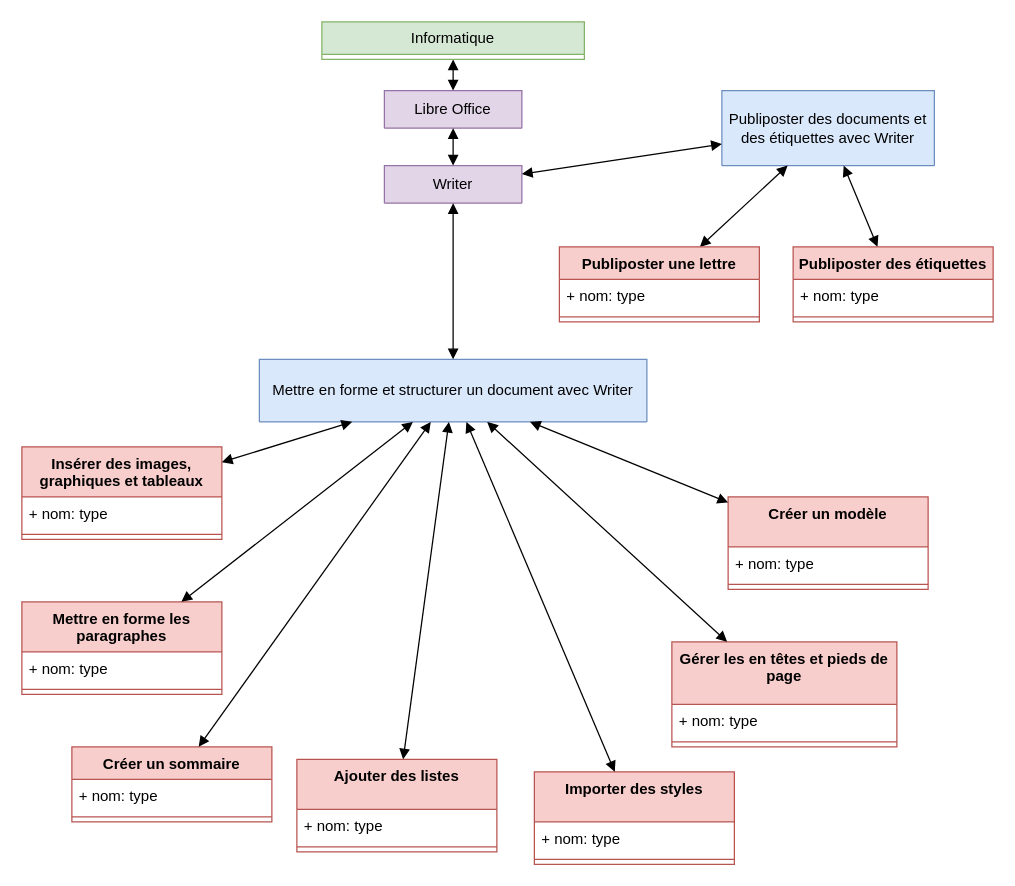
This is Writer.drawio from jean-seb-2106/pythontest, a draw.io file, before an edit. Source tidied: cells renumbered, new cells numbered last; positions are measured from the earlier drawing's top-left corner, leaving out a move shared by most shapes. Both pictures are drawn from the tidied source at 125%, with x=0, y=0 at pixel (21, 21).
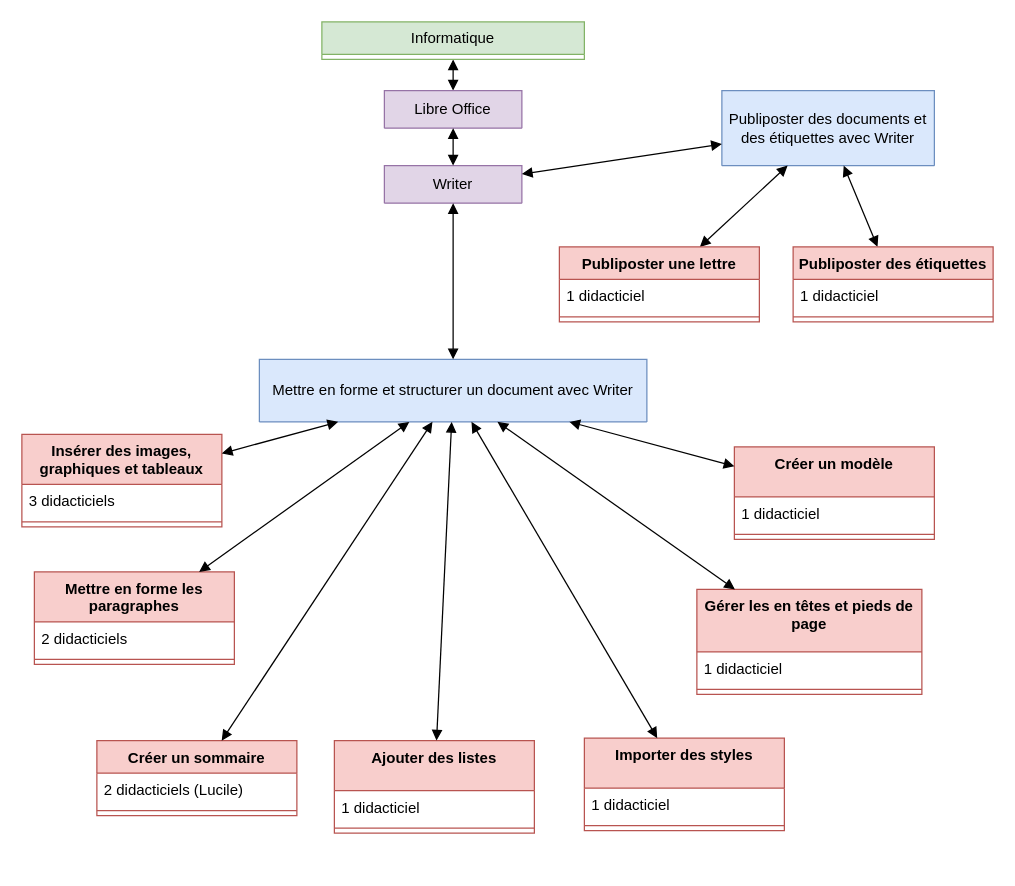
The same page after the edit.

Commit message:
Mettre à jour Writer.drawio

The change refers to these unchanged cells:
```xml
<mxCell id="13" value="Publiposter une lettre" style="swimlane;fontStyle=1;align=center;verticalAlign=top;horizontal=1;startSize=26;whiteSpace=wrap;html=1;fillColor=#f8cecc;strokeColor=#b85450;" parent="1" vertex="1">
  <mxGeometry x="430" y="180" width="160" height="60" as="geometry" />
</mxCell>
<mxCell id="16" value="Publiposter des étiquettes" style="swimlane;fontStyle=1;align=center;verticalAlign=top;horizontal=1;startSize=26;whiteSpace=wrap;html=1;fillColor=#f8cecc;strokeColor=#b85450;" parent="1" vertex="1">
  <mxGeometry x="617" y="180" width="160" height="60" as="geometry" />
</mxCell>
```

Change to the diagram source:
```diff
@@
-    <mxCell id="14" value="+ nom: type" style="text;strokeColor=none;fillColor=none;align=left;verticalAlign=top;spacingLeft=4;spacingRight=4;overflow=hidden;whiteSpace=wrap;html=1;" parent="13" vertex="1">
+    <mxCell id="14" value="1 didacticiel" style="text;strokeColor=none;fillColor=none;align=left;verticalAlign=top;spacingLeft=4;spacingRight=4;overflow=hidden;whiteSpace=wrap;html=1;" parent="13" vertex="1">
       <mxGeometry y="26" width="160" height="26" as="geometry" />
     </mxCell>
@@
-    <mxCell id="17" value="+ nom: type" style="text;strokeColor=none;fillColor=none;align=left;verticalAlign=top;spacingLeft=4;spacingRight=4;overflow=hidden;whiteSpace=wrap;html=1;" parent="16" vertex="1">
+    <mxCell id="17" value="1 didacticiel" style="text;strokeColor=none;fillColor=none;align=left;verticalAlign=top;spacingLeft=4;spacingRight=4;overflow=hidden;whiteSpace=wrap;html=1;" parent="16" vertex="1">
       <mxGeometry y="26" width="160" height="26" as="geometry" />
     </mxCell>
@@
     <mxCell id="19" value="Créer un sommaire" style="swimlane;fontStyle=1;align=center;verticalAlign=top;horizontal=1;startSize=26;whiteSpace=wrap;html=1;fillColor=#f8cecc;strokeColor=#b85450;" parent="1" vertex="1">
-      <mxGeometry x="40" y="580" width="160" height="60" as="geometry" />
+      <mxGeometry x="60" y="575" width="160" height="60" as="geometry" />
     </mxCell>
-    <mxCell id="20" value="+ nom: type" style="text;strokeColor=none;fillColor=none;align=left;verticalAlign=top;spacingLeft=4;spacingRight=4;overflow=hidden;whiteSpace=wrap;html=1;" parent="19" vertex="1">
+    <mxCell id="20" value="2 didacticiels (Lucile)" style="text;strokeColor=none;fillColor=none;align=left;verticalAlign=top;spacingLeft=4;spacingRight=4;overflow=hidden;whiteSpace=wrap;html=1;" parent="19" vertex="1">
       <mxGeometry y="26" width="160" height="26" as="geometry" />
     </mxCell>
@@
     <mxCell id="22" value="Mettre en forme les paragraphes" style="swimlane;fontStyle=1;align=center;verticalAlign=top;horizontal=1;startSize=40;whiteSpace=wrap;html=1;fillColor=#f8cecc;strokeColor=#b85450;" parent="1" vertex="1">
-      <mxGeometry y="464" width="160" height="74" as="geometry" />
+      <mxGeometry x="10" y="440" width="160" height="74" as="geometry" />
     </mxCell>
-    <mxCell id="23" value="+ nom: type" style="text;strokeColor=none;fillColor=none;align=left;verticalAlign=top;spacingLeft=4;spacingRight=4;overflow=hidden;whiteSpace=wrap;html=1;" parent="22" vertex="1">
+    <mxCell id="23" value="2 didacticiels" style="text;strokeColor=none;fillColor=none;align=left;verticalAlign=top;spacingLeft=4;spacingRight=4;overflow=hidden;whiteSpace=wrap;html=1;" parent="22" vertex="1">
       <mxGeometry y="40" width="160" height="26" as="geometry" />
     </mxCell>
@@
     <mxCell id="25" value="Créer un modèle" style="swimlane;fontStyle=1;align=center;verticalAlign=top;horizontal=1;startSize=40;whiteSpace=wrap;html=1;fillColor=#f8cecc;strokeColor=#b85450;" parent="1" vertex="1">
-      <mxGeometry x="565" y="380" width="160" height="74" as="geometry" />
+      <mxGeometry x="570" y="340" width="160" height="74" as="geometry" />
     </mxCell>
-    <mxCell id="26" value="+ nom: type" style="text;strokeColor=none;fillColor=none;align=left;verticalAlign=top;spacingLeft=4;spacingRight=4;overflow=hidden;whiteSpace=wrap;html=1;" parent="25" vertex="1">
+    <mxCell id="26" value="1 didacticiel" style="text;strokeColor=none;fillColor=none;align=left;verticalAlign=top;spacingLeft=4;spacingRight=4;overflow=hidden;whiteSpace=wrap;html=1;" parent="25" vertex="1">
       <mxGeometry y="40" width="160" height="26" as="geometry" />
     </mxCell>
@@
     <mxCell id="28" value="Importer des styles" style="swimlane;fontStyle=1;align=center;verticalAlign=top;horizontal=1;startSize=40;whiteSpace=wrap;html=1;fillColor=#f8cecc;strokeColor=#b85450;" parent="1" vertex="1">
-      <mxGeometry x="410" y="600" width="160" height="74" as="geometry" />
+      <mxGeometry x="450" y="573" width="160" height="74" as="geometry" />
     </mxCell>
-    <mxCell id="29" value="+ nom: type" style="text;strokeColor=none;fillColor=none;align=left;verticalAlign=top;spacingLeft=4;spacingRight=4;overflow=hidden;whiteSpace=wrap;html=1;" parent="28" vertex="1">
+    <mxCell id="29" value="1 didacticiel" style="text;strokeColor=none;fillColor=none;align=left;verticalAlign=top;spacingLeft=4;spacingRight=4;overflow=hidden;whiteSpace=wrap;html=1;" parent="28" vertex="1">
       <mxGeometry y="40" width="160" height="26" as="geometry" />
     </mxCell>
@@
     <mxCell id="31" value="Ajouter des listes" style="swimlane;fontStyle=1;align=center;verticalAlign=top;horizontal=1;startSize=40;whiteSpace=wrap;html=1;fillColor=#f8cecc;strokeColor=#b85450;" parent="1" vertex="1">
-      <mxGeometry x="220" y="590" width="160" height="74" as="geometry" />
+      <mxGeometry x="250" y="575" width="160" height="74" as="geometry" />
     </mxCell>
-    <mxCell id="32" value="+ nom: type" style="text;strokeColor=none;fillColor=none;align=left;verticalAlign=top;spacingLeft=4;spacingRight=4;overflow=hidden;whiteSpace=wrap;html=1;" parent="31" vertex="1">
+    <mxCell id="32" value="1 didacticiel" style="text;strokeColor=none;fillColor=none;align=left;verticalAlign=top;spacingLeft=4;spacingRight=4;overflow=hidden;whiteSpace=wrap;html=1;" parent="31" vertex="1">
       <mxGeometry y="40" width="160" height="26" as="geometry" />
     </mxCell>
@@
     <mxCell id="34" value="Gérer les en têtes et pieds de page" style="swimlane;fontStyle=1;align=center;verticalAlign=top;horizontal=1;startSize=50;whiteSpace=wrap;html=1;fillColor=#f8cecc;strokeColor=#b85450;" parent="1" vertex="1">
-      <mxGeometry x="520" y="496" width="180" height="84" as="geometry" />
+      <mxGeometry x="540" y="454" width="180" height="84" as="geometry" />
     </mxCell>
-    <mxCell id="35" value="+ nom: type" style="text;strokeColor=none;fillColor=none;align=left;verticalAlign=top;spacingLeft=4;spacingRight=4;overflow=hidden;whiteSpace=wrap;html=1;" parent="34" vertex="1">
+    <mxCell id="35" value="1 didacticiel" style="text;strokeColor=none;fillColor=none;align=left;verticalAlign=top;spacingLeft=4;spacingRight=4;overflow=hidden;whiteSpace=wrap;html=1;" parent="34" vertex="1">
       <mxGeometry y="50" width="180" height="26" as="geometry" />
     </mxCell>
@@
     <mxCell id="37" value="Insérer des images, graphiques et tableaux" style="swimlane;fontStyle=1;align=center;verticalAlign=top;horizontal=1;startSize=40;whiteSpace=wrap;html=1;fillColor=#f8cecc;strokeColor=#b85450;" parent="1" vertex="1">
-      <mxGeometry y="340" width="160" height="74" as="geometry" />
+      <mxGeometry y="330" width="160" height="74" as="geometry" />
     </mxCell>
-    <mxCell id="38" value="+ nom: type" style="text;strokeColor=none;fillColor=none;align=left;verticalAlign=top;spacingLeft=4;spacingRight=4;overflow=hidden;whiteSpace=wrap;html=1;" parent="37" vertex="1">
+    <mxCell id="38" value="3 didacticiels" style="text;strokeColor=none;fillColor=none;align=left;verticalAlign=top;spacingLeft=4;spacingRight=4;overflow=hidden;whiteSpace=wrap;html=1;" parent="37" vertex="1">
       <mxGeometry y="40" width="160" height="26" as="geometry" />
     </mxCell>
```
